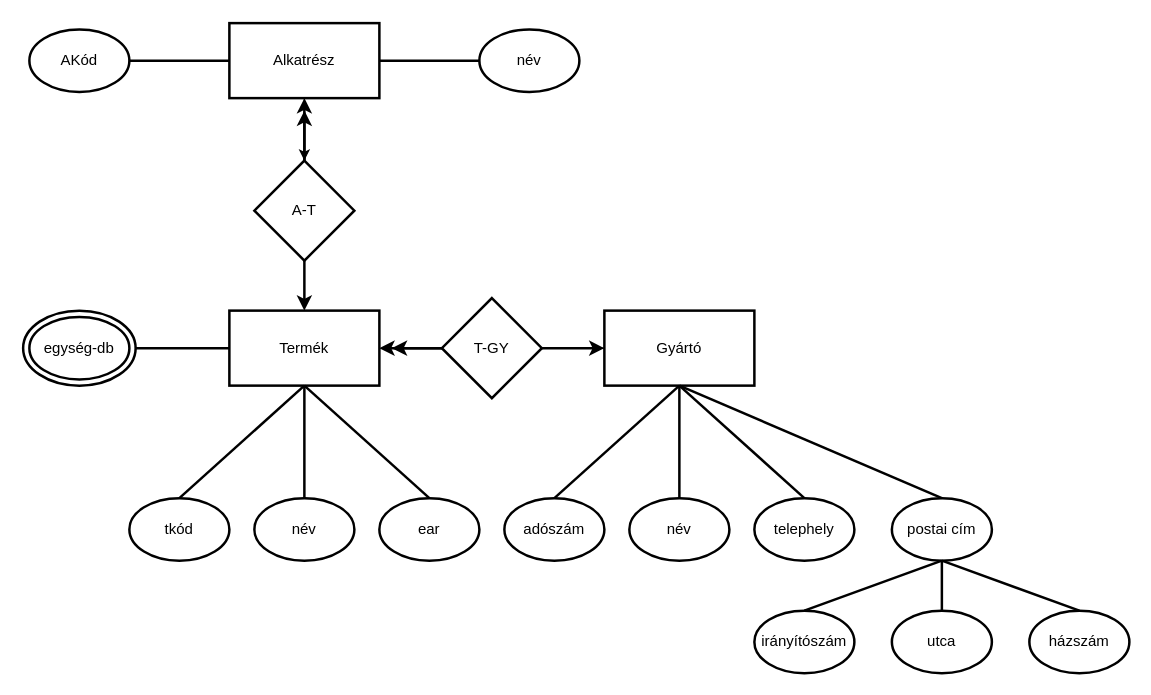
The draw.io diagram ECCOX9_0228/Eccox9_2b.drawio in HZsolt2024/ECCOX9_DBGyak, before the edit. Source tidied: cells renumbered, new cells numbered last; positions are measured from the earlier drawing's top-left corner, leaving out a move shared by most shapes. Both pictures are drawn from the tidied source at 125%, with x=0, y=0 at pixel (22, 22).
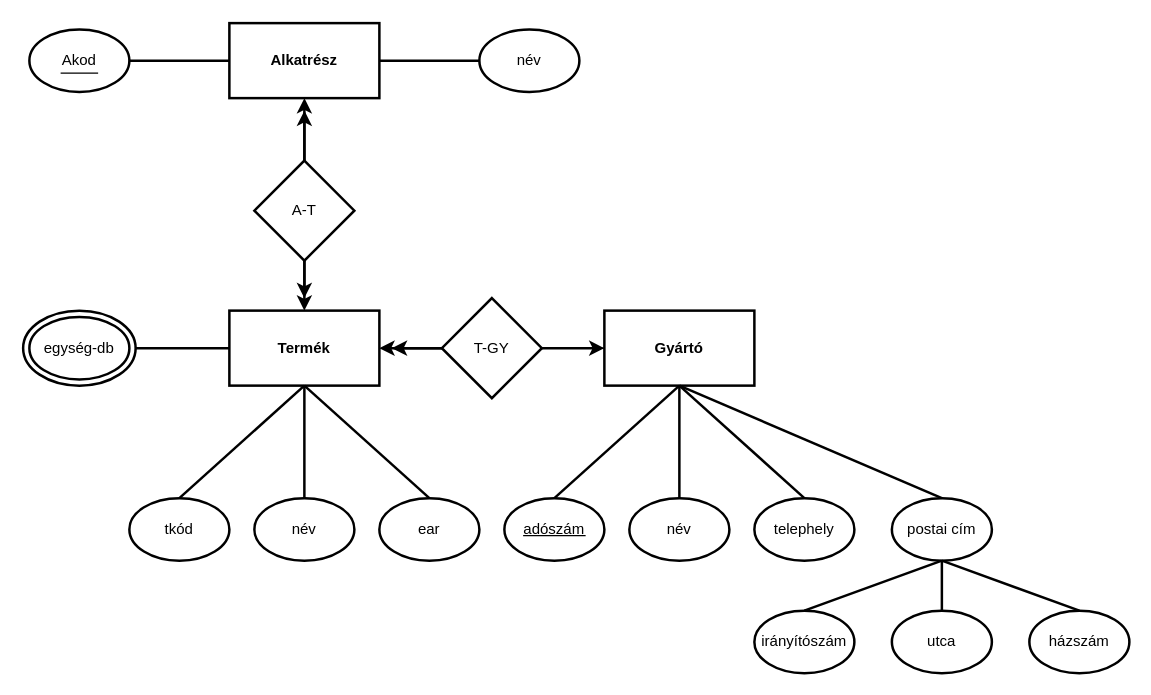
After the change.

Unchanged cells that the change refers to:
```xml
<mxCell id="34" value="A-T" style="rhombus;whiteSpace=wrap;html=1;strokeWidth=2;" parent="1" vertex="1">
  <mxGeometry x="185" y="110" width="80" height="80" as="geometry" />
</mxCell>
```

The edit, as a diff of the source:
```diff
@@
-    <mxCell id="3" value="Termék" style="rounded=0;whiteSpace=wrap;html=1;strokeWidth=2;" parent="1" vertex="1">
+    <mxCell id="3" value="&lt;b&gt;Termék&lt;/b&gt;" style="rounded=0;whiteSpace=wrap;html=1;strokeWidth=2;" parent="1" vertex="1">
       <mxGeometry x="165" y="230" width="120" height="60" as="geometry" />
     </mxCell>
-    <mxCell id="4" value="Gyártó" style="rounded=0;whiteSpace=wrap;html=1;strokeWidth=2;" parent="1" vertex="1">
+    <mxCell id="4" value="&lt;b&gt;Gyártó&lt;/b&gt;" style="rounded=0;whiteSpace=wrap;html=1;strokeWidth=2;" parent="1" vertex="1">
       <mxGeometry x="465" y="230" width="120" height="60" as="geometry" />
     </mxCell>
@@
-    <mxCell id="32" style="edgeStyle=orthogonalEdgeStyle;rounded=0;jettySize=auto;html=1;" parent="1" edge="1" source="33" target="34">
-      <mxGeometry relative="1" as="geometry" />
-    </mxCell>
-    <mxCell id="33" value="Alkatrész" style="rounded=0;whiteSpace=wrap;html=1;strokeWidth=2;" parent="1" vertex="1">
+    <mxCell id="33" value="&lt;b&gt;Alkatrész&lt;/b&gt;" style="rounded=0;whiteSpace=wrap;html=1;strokeWidth=2;" parent="1" vertex="1">
       <mxGeometry x="165" width="120" height="60" as="geometry" />
     </mxCell>
@@
-    <mxCell id="38" value="AKód" style="ellipse;whiteSpace=wrap;html=1;strokeWidth=2;" parent="1" vertex="1">
+    <mxCell id="38" value="Akod" style="ellipse;whiteSpace=wrap;html=1;strokeWidth=2;" parent="1" vertex="1">
       <mxGeometry x="5" y="5" width="80" height="50" as="geometry" />
     </mxCell>
@@
+    <mxCell id="42" style="endArrow=none;html=1;rounded=0;" parent="1" edge="1">
+      <mxGeometry relative="1" as="geometry">
+        <mxPoint x="30" y="40" as="sourcePoint" />
+        <mxPoint x="60" y="40" as="targetPoint" />
+      </mxGeometry>
+    </mxCell>
+    <mxCell id="43" style="endArrow=none;html=1;rounded=0;" parent="1" edge="1">
+      <mxGeometry relative="1" as="geometry">
+        <mxPoint x="400" y="410" as="sourcePoint" />
+        <mxPoint x="450" y="410" as="targetPoint" />
+      </mxGeometry>
+    </mxCell>
+    <mxCell id="44" style="endArrow=classic;html=1;rounded=0;exitX=0.5;exitY=1;exitDx=0;exitDy=0;strokeWidth=2;" parent="1" edge="1" source="34">
+      <mxGeometry relative="1" as="geometry">
+        <mxPoint x="225" y="220" as="targetPoint" />
+      </mxGeometry>
+    </mxCell>
```
